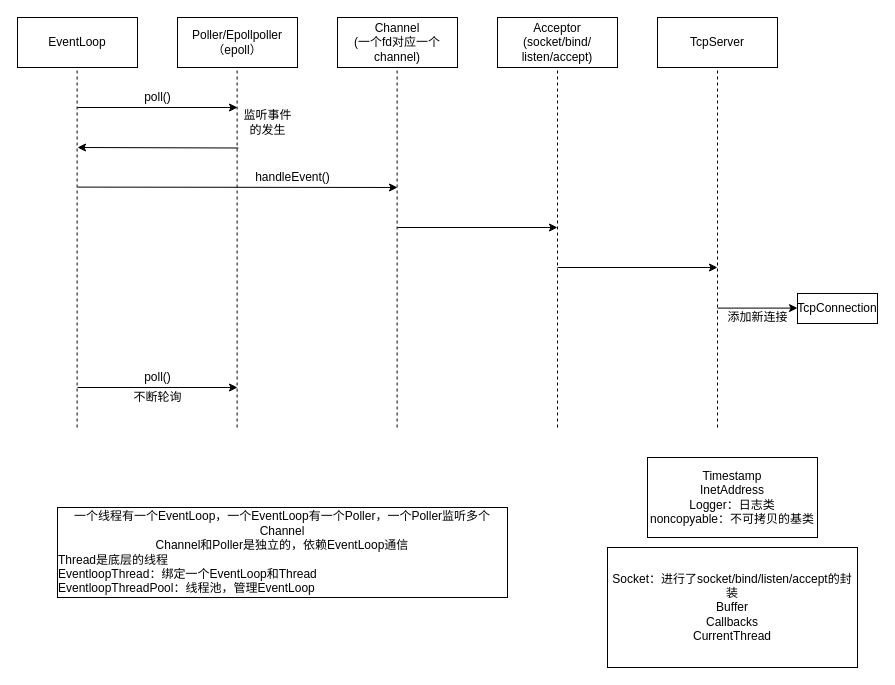
The draw.io diagram Untitled Diagram.drawio in princeh23/mymuduo, before the edit. Source tidied: cells renumbered, new cells numbered last; positions are measured from the earlier drawing's top-left corner, leaving out a move shared by most shapes. Both pictures are drawn from the tidied source at 100%, with x=0, y=0 at pixel (17, 17).
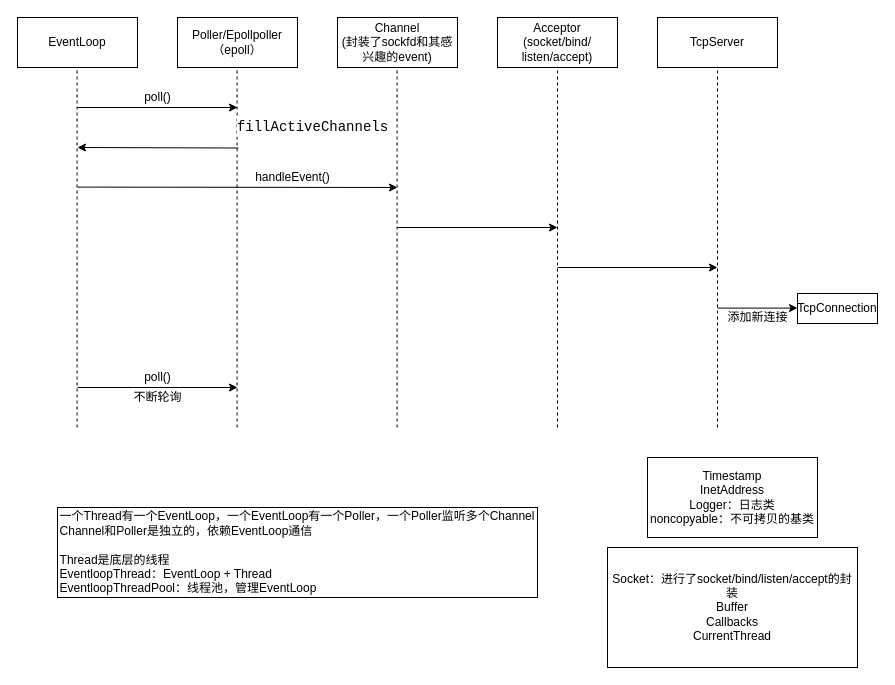
Above is the later version.

The edit, as a diff of the source:
```diff
@@
-    <mxCell id="4" value="Channel&lt;br&gt;(一个fd对应一个channel)" style="rounded=0;whiteSpace=wrap;html=1;" parent="1" vertex="1">
+    <mxCell id="4" value="Channel&lt;br&gt;(&lt;span style=&quot;background-color: rgb(255 , 255 , 255)&quot;&gt;&lt;font style=&quot;font-size: 12px&quot;&gt;封装了sockfd和其感兴趣的event&lt;/font&gt;&lt;/span&gt;&lt;span&gt;)&lt;/span&gt;" style="rounded=0;whiteSpace=wrap;html=1;" parent="1" vertex="1">
       <mxGeometry x="320" width="120" height="50" as="geometry" />
     </mxCell>
@@
-    <mxCell id="17" value="监听事件&lt;br&gt;的发生" style="text;html=1;align=center;verticalAlign=middle;fillColor=none;strokeColor=none;rounded=0;" parent="1" vertex="1">
-      <mxGeometry x="220" y="90" width="60" height="30" as="geometry" />
-    </mxCell>
@@
-    <mxCell id="28" value="一个线程有一个EventLoop，一个EventLoop有一个Poller，一个Poller监听多个Channel&lt;br&gt;Channel和Poller是独立的，依赖EventLoop通信&lt;br&gt;&lt;div style=&quot;text-align: left&quot;&gt;Thread是底层的线程&lt;/div&gt;&lt;div style=&quot;text-align: left&quot;&gt;EventloopThread：绑定一个EventLoop和Thread&amp;nbsp;&lt;/div&gt;&lt;div style=&quot;text-align: left&quot;&gt;EventloopThreadPool：线程池，管理EventLoop&lt;/div&gt;" style="rounded=0;whiteSpace=wrap;html=1;" parent="1" vertex="1">
-      <mxGeometry x="40" y="490" width="450" height="90" as="geometry" />
+    <mxCell id="28" value="&lt;div style=&quot;text-align: left&quot;&gt;&lt;span&gt;一个Thread有一个EventLoop，一个EventLoop有一个Poller，一个Poller监听多个Channel&lt;/span&gt;&lt;/div&gt;&lt;div style=&quot;text-align: left&quot;&gt;&lt;span&gt;Channel和Poller是独立的，依赖EventLoop通信&lt;/span&gt;&lt;/div&gt;&lt;div style=&quot;text-align: left&quot;&gt;&lt;span&gt;&lt;br&gt;&lt;/span&gt;&lt;/div&gt;&lt;div style=&quot;text-align: left&quot;&gt;Thread是底层的线程&lt;/div&gt;&lt;div style=&quot;text-align: left&quot;&gt;EventloopThread：EventLoop + Thread&amp;nbsp;&lt;/div&gt;&lt;div style=&quot;text-align: left&quot;&gt;EventloopThreadPool：线程池，管理EventLoop&lt;/div&gt;" style="rounded=0;whiteSpace=wrap;html=1;" parent="1" vertex="1">
+      <mxGeometry x="40" y="490" width="480" height="90" as="geometry" />
     </mxCell>
+    <mxCell id="29" value="&lt;div style=&quot;background-color: rgb(255 , 255 , 255) ; font-family: &amp;#34;consolas&amp;#34; , &amp;#34;courier new&amp;#34; , monospace ; font-size: 14px ; line-height: 19px&quot;&gt;fillActiveChannels&lt;/div&gt;" style="text;html=1;align=center;verticalAlign=middle;fillColor=none;strokeColor=none;rounded=0;" parent="1" vertex="1">
+      <mxGeometry x="220" y="100" width="150" height="20" as="geometry" />
+    </mxCell>
```
